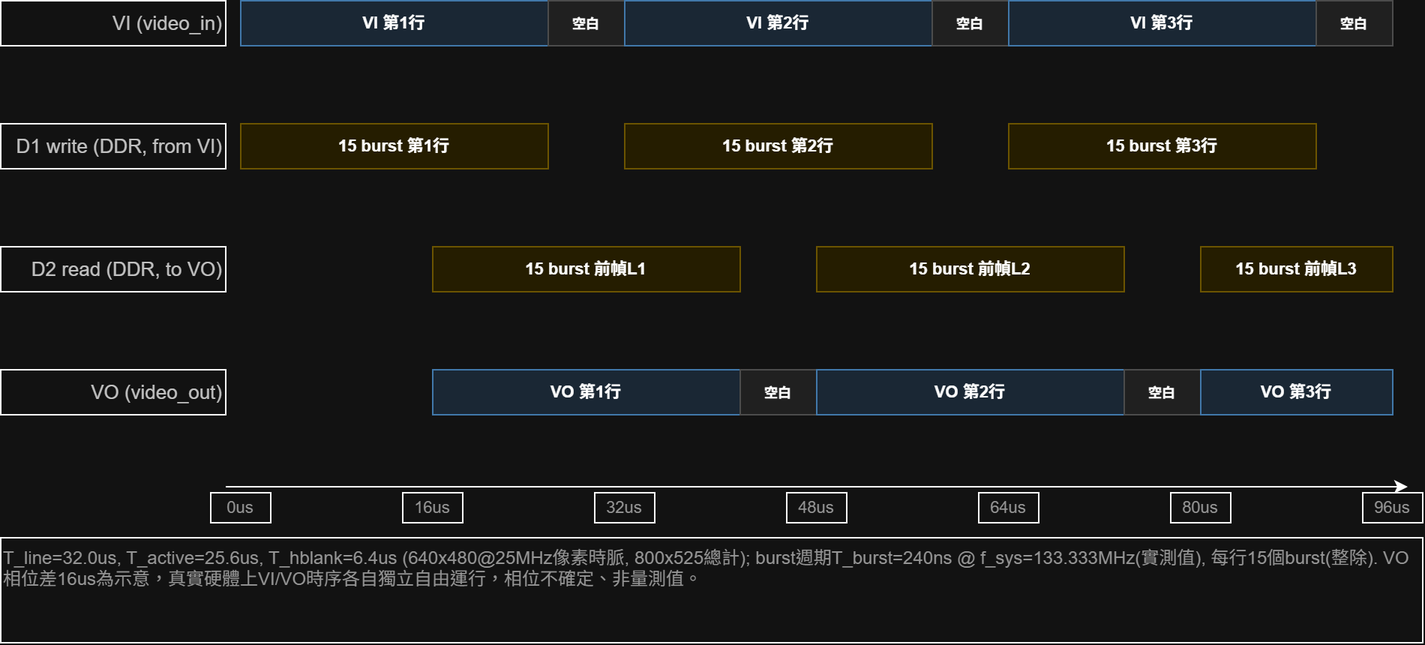
Before: hdmi-in/image/TSPEC-A_直接顯示模式.drawio.png, a diagram exported from draw.io (c111185103-alt/VI-IP-VO). Source tidied: cells renumbered, new cells last; positions are measured from the earlier drawing's top-left corner, leaving out a move shared by most shapes. Source of this version:
```xml
<mxGraphModel>
  <root>
    <mxCell id="0" />
    <mxCell id="1" parent="0" />
    <mxCell id="2" value="VI (video_in)" style="whiteSpace=wrap;html=1;align=right;verticalAlign=middle;fontSize=13;fontColor=#333333;" parent="1" vertex="1">
      <mxGeometry width="150" height="30" as="geometry" />
    </mxCell>
    <mxCell id="3" value="D1 write (DDR, from VI)" style="whiteSpace=wrap;html=1;align=right;verticalAlign=middle;fontSize=13;fontColor=#333333;" parent="1" vertex="1">
      <mxGeometry y="82" width="150" height="30" as="geometry" />
    </mxCell>
    <mxCell id="4" value="D2 read (DDR, to VO)" style="whiteSpace=wrap;html=1;align=right;verticalAlign=middle;fontSize=13;fontColor=#333333;" parent="1" vertex="1">
      <mxGeometry y="164" width="150" height="30" as="geometry" />
    </mxCell>
    <mxCell id="5" value="VO (video_out)" style="whiteSpace=wrap;html=1;align=right;verticalAlign=middle;fontSize=13;fontColor=#333333;" parent="1" vertex="1">
      <mxGeometry y="246" width="150" height="30" as="geometry" />
    </mxCell>
    <mxCell id="6" value="&lt;div&gt;&lt;font style=&quot;font-size: 11px;&quot;&gt;&lt;b&gt;VI 第1行&lt;/b&gt;&lt;/font&gt;&lt;/div&gt;" style="whiteSpace=wrap;html=1;verticalAlign=middle;align=center;fillColor=#DCEBFA;strokeColor=#5B9BD5;" parent="1" vertex="1">
      <mxGeometry x="160" width="205" height="30" as="geometry" />
    </mxCell>
    <mxCell id="7" value="&lt;div&gt;&lt;font style=&quot;font-size: 9px;&quot;&gt;&lt;b&gt;空白&lt;/b&gt;&lt;/font&gt;&lt;/div&gt;" style="whiteSpace=wrap;html=1;verticalAlign=middle;align=center;fillColor=#EFEFEF;strokeColor=#BBBBBB;" parent="1" vertex="1">
      <mxGeometry x="365" width="51" height="30" as="geometry" />
    </mxCell>
    <mxCell id="8" value="&lt;div&gt;&lt;font style=&quot;font-size: 11px;&quot;&gt;&lt;b&gt;VI 第2行&lt;/b&gt;&lt;/font&gt;&lt;/div&gt;" style="whiteSpace=wrap;html=1;verticalAlign=middle;align=center;fillColor=#DCEBFA;strokeColor=#5B9BD5;" parent="1" vertex="1">
      <mxGeometry x="416" width="205" height="30" as="geometry" />
    </mxCell>
    <mxCell id="9" value="&lt;div&gt;&lt;font style=&quot;font-size: 9px;&quot;&gt;&lt;b&gt;空白&lt;/b&gt;&lt;/font&gt;&lt;/div&gt;" style="whiteSpace=wrap;html=1;verticalAlign=middle;align=center;fillColor=#EFEFEF;strokeColor=#BBBBBB;" parent="1" vertex="1">
      <mxGeometry x="621" width="51" height="30" as="geometry" />
    </mxCell>
    <mxCell id="10" value="&lt;div&gt;&lt;font style=&quot;font-size: 11px;&quot;&gt;&lt;b&gt;VI 第3行&lt;/b&gt;&lt;/font&gt;&lt;/div&gt;" style="whiteSpace=wrap;html=1;verticalAlign=middle;align=center;fillColor=#DCEBFA;strokeColor=#5B9BD5;" parent="1" vertex="1">
      <mxGeometry x="672" width="205" height="30" as="geometry" />
    </mxCell>
    <mxCell id="11" value="&lt;div&gt;&lt;font style=&quot;font-size: 9px;&quot;&gt;&lt;b&gt;空白&lt;/b&gt;&lt;/font&gt;&lt;/div&gt;" style="whiteSpace=wrap;html=1;verticalAlign=middle;align=center;fillColor=#EFEFEF;strokeColor=#BBBBBB;" parent="1" vertex="1">
      <mxGeometry x="877" width="51" height="30" as="geometry" />
    </mxCell>
    <mxCell id="12" value="&lt;div&gt;&lt;font style=&quot;font-size: 11px;&quot;&gt;&lt;b&gt;15 burst 第1行&lt;/b&gt;&lt;/font&gt;&lt;/div&gt;" style="whiteSpace=wrap;html=1;verticalAlign=middle;align=center;fillColor=#FBF3CF;strokeColor=#D4B93C;" parent="1" vertex="1">
      <mxGeometry x="160" y="82" width="205" height="30" as="geometry" />
    </mxCell>
    <mxCell id="13" value="&lt;div&gt;&lt;font style=&quot;font-size: 11px;&quot;&gt;&lt;b&gt;15 burst 第2行&lt;/b&gt;&lt;/font&gt;&lt;/div&gt;" style="whiteSpace=wrap;html=1;verticalAlign=middle;align=center;fillColor=#FBF3CF;strokeColor=#D4B93C;" parent="1" vertex="1">
      <mxGeometry x="416" y="82" width="205" height="30" as="geometry" />
    </mxCell>
    <mxCell id="14" value="&lt;div&gt;&lt;font style=&quot;font-size: 11px;&quot;&gt;&lt;b&gt;15 burst 第3行&lt;/b&gt;&lt;/font&gt;&lt;/div&gt;" style="whiteSpace=wrap;html=1;verticalAlign=middle;align=center;fillColor=#FBF3CF;strokeColor=#D4B93C;" parent="1" vertex="1">
      <mxGeometry x="672" y="82" width="205" height="30" as="geometry" />
    </mxCell>
    <mxCell id="15" value="&lt;div&gt;&lt;font style=&quot;font-size: 11px;&quot;&gt;&lt;b&gt;15 burst 前幀L1&lt;/b&gt;&lt;/font&gt;&lt;/div&gt;" style="whiteSpace=wrap;html=1;verticalAlign=middle;align=center;fillColor=#FBF3CF;strokeColor=#D4B93C;" parent="1" vertex="1">
      <mxGeometry x="288" y="164" width="205" height="30" as="geometry" />
    </mxCell>
    <mxCell id="16" value="&lt;div&gt;&lt;font style=&quot;font-size: 11px;&quot;&gt;&lt;b&gt;VO 第1行&lt;/b&gt;&lt;/font&gt;&lt;/div&gt;" style="whiteSpace=wrap;html=1;verticalAlign=middle;align=center;fillColor=#DCEBFA;strokeColor=#5B9BD5;" parent="1" vertex="1">
      <mxGeometry x="288" y="246" width="205" height="30" as="geometry" />
    </mxCell>
    <mxCell id="17" value="&lt;div&gt;&lt;font style=&quot;font-size: 9px;&quot;&gt;&lt;b&gt;空白&lt;/b&gt;&lt;/font&gt;&lt;/div&gt;" style="whiteSpace=wrap;html=1;verticalAlign=middle;align=center;fillColor=#EFEFEF;strokeColor=#BBBBBB;" parent="1" vertex="1">
      <mxGeometry x="493" y="246" width="51" height="30" as="geometry" />
    </mxCell>
    <mxCell id="18" value="&lt;div&gt;&lt;font style=&quot;font-size: 11px;&quot;&gt;&lt;b&gt;15 burst 前幀L2&lt;/b&gt;&lt;/font&gt;&lt;/div&gt;" style="whiteSpace=wrap;html=1;verticalAlign=middle;align=center;fillColor=#FBF3CF;strokeColor=#D4B93C;" parent="1" vertex="1">
      <mxGeometry x="544" y="164" width="205" height="30" as="geometry" />
    </mxCell>
    <mxCell id="19" value="&lt;div&gt;&lt;font style=&quot;font-size: 11px;&quot;&gt;&lt;b&gt;VO 第2行&lt;/b&gt;&lt;/font&gt;&lt;/div&gt;" style="whiteSpace=wrap;html=1;verticalAlign=middle;align=center;fillColor=#DCEBFA;strokeColor=#5B9BD5;" parent="1" vertex="1">
      <mxGeometry x="544" y="246" width="205" height="30" as="geometry" />
    </mxCell>
    <mxCell id="20" value="&lt;div&gt;&lt;font style=&quot;font-size: 9px;&quot;&gt;&lt;b&gt;空白&lt;/b&gt;&lt;/font&gt;&lt;/div&gt;" style="whiteSpace=wrap;html=1;verticalAlign=middle;align=center;fillColor=#EFEFEF;strokeColor=#BBBBBB;" parent="1" vertex="1">
      <mxGeometry x="749" y="246" width="51" height="30" as="geometry" />
    </mxCell>
    <mxCell id="21" value="&lt;div&gt;&lt;font style=&quot;font-size: 11px;&quot;&gt;&lt;b&gt;15 burst 前幀L3&lt;/b&gt;&lt;/font&gt;&lt;/div&gt;" style="whiteSpace=wrap;html=1;verticalAlign=middle;align=center;fillColor=#FBF3CF;strokeColor=#D4B93C;" parent="1" vertex="1">
      <mxGeometry x="800" y="164" width="128" height="30" as="geometry" />
    </mxCell>
    <mxCell id="22" value="&lt;div&gt;&lt;font style=&quot;font-size: 11px;&quot;&gt;&lt;b&gt;VO 第3行&lt;/b&gt;&lt;/font&gt;&lt;/div&gt;" style="whiteSpace=wrap;html=1;verticalAlign=middle;align=center;fillColor=#DCEBFA;strokeColor=#5B9BD5;" parent="1" vertex="1">
      <mxGeometry x="800" y="246" width="128" height="30" as="geometry" />
    </mxCell>
    <mxCell id="23" value="0us" style="whiteSpace=wrap;html=1;align=center;verticalAlign=middle;fontSize=11;fontColor=#666666;" parent="1" vertex="1">
      <mxGeometry x="140" y="328" width="40" height="20" as="geometry" />
    </mxCell>
    <mxCell id="24" value="16us" style="whiteSpace=wrap;html=1;align=center;verticalAlign=middle;fontSize=11;fontColor=#666666;" parent="1" vertex="1">
      <mxGeometry x="268" y="328" width="40" height="20" as="geometry" />
    </mxCell>
    <mxCell id="25" value="32us" style="whiteSpace=wrap;html=1;align=center;verticalAlign=middle;fontSize=11;fontColor=#666666;" parent="1" vertex="1">
      <mxGeometry x="396" y="328" width="40" height="20" as="geometry" />
    </mxCell>
    <mxCell id="26" value="48us" style="whiteSpace=wrap;html=1;align=center;verticalAlign=middle;fontSize=11;fontColor=#666666;" parent="1" vertex="1">
      <mxGeometry x="524" y="328" width="40" height="20" as="geometry" />
    </mxCell>
    <mxCell id="27" value="64us" style="whiteSpace=wrap;html=1;align=center;verticalAlign=middle;fontSize=11;fontColor=#666666;" parent="1" vertex="1">
      <mxGeometry x="652" y="328" width="40" height="20" as="geometry" />
    </mxCell>
    <mxCell id="28" value="80us" style="whiteSpace=wrap;html=1;align=center;verticalAlign=middle;fontSize=11;fontColor=#666666;" parent="1" vertex="1">
      <mxGeometry x="780" y="328" width="40" height="20" as="geometry" />
    </mxCell>
    <mxCell id="29" value="96us" style="whiteSpace=wrap;html=1;align=center;verticalAlign=middle;fontSize=11;fontColor=#666666;" parent="1" vertex="1">
      <mxGeometry x="908" y="328" width="40" height="20" as="geometry" />
    </mxCell>
    <mxCell id="30" style="html=1;endArrow=classic;" parent="1" edge="1">
      <mxGeometry relative="1" as="geometry">
        <mxPoint x="150" y="324" as="sourcePoint" />
        <mxPoint x="938" y="324" as="targetPoint" />
      </mxGeometry>
    </mxCell>
    <mxCell id="31" value="T_line=32.0us, T_active=25.6us, T_hblank=6.4us (640x480@25MHz像素時脈, 800x525總計); burst週期T_burst=240ns @ f_sys=133.333MHz(實測值), 每行15個burst(整除). VO相位差16us為示意，真實硬體上VI/VO時序各自獨立自由運行，相位不確定、非量測值。" style="whiteSpace=wrap;html=1;align=left;verticalAlign=top;fontSize=12;fontColor=#666666;" parent="1" vertex="1">
      <mxGeometry y="358" width="948" height="70" as="geometry" />
    </mxCell>
  </root>
</mxGraphModel>
```
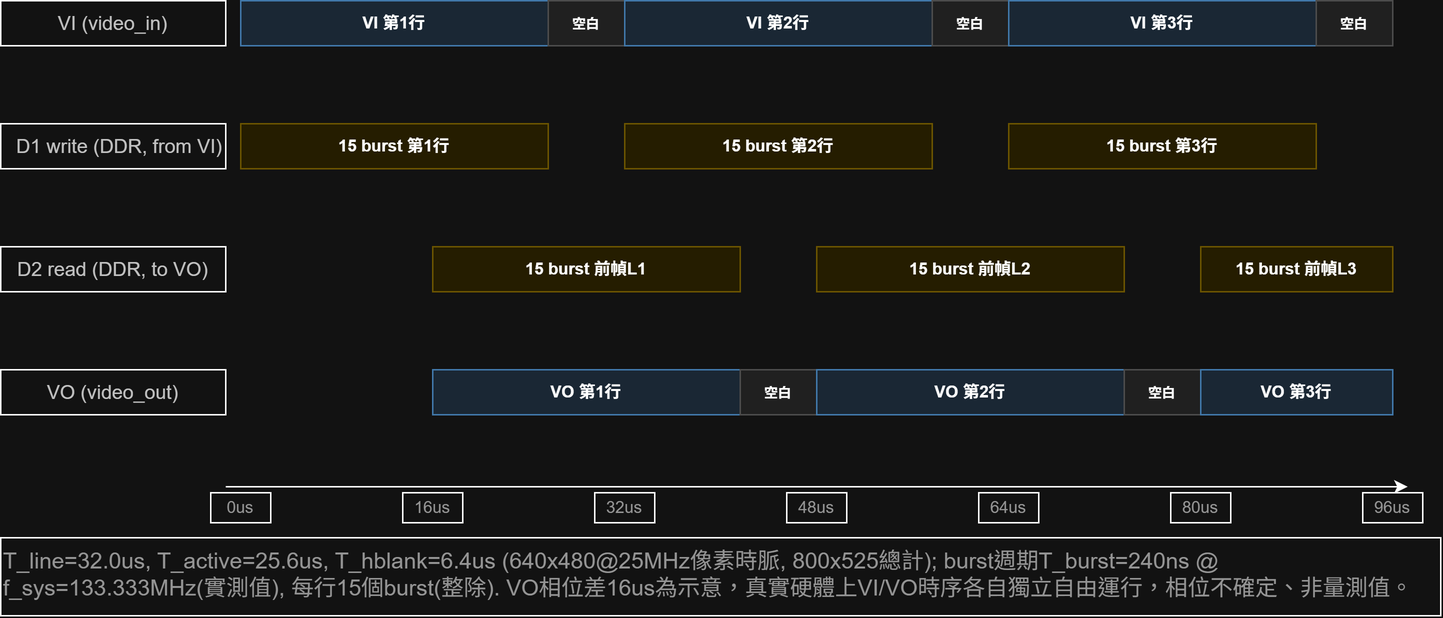
The same file after the commit.

Change to the diagram source:
```diff
@@ -2,16 +2,16 @@
   <root>
     <mxCell id="0" />
     <mxCell id="1" parent="0" />
-    <mxCell id="2" value="VI (video_in)" style="whiteSpace=wrap;html=1;align=right;verticalAlign=middle;fontSize=13;fontColor=#333333;" parent="1" vertex="1">
+    <mxCell id="2" value="VI (video_in)" style="whiteSpace=wrap;html=1;align=center;verticalAlign=middle;fontSize=13;fontColor=#333333;" parent="1" vertex="1">
       <mxGeometry width="150" height="30" as="geometry" />
     </mxCell>
     <mxCell id="3" value="D1 write (DDR, from VI)" style="whiteSpace=wrap;html=1;align=right;verticalAlign=middle;fontSize=13;fontColor=#333333;" parent="1" vertex="1">
       <mxGeometry y="82" width="150" height="30" as="geometry" />
     </mxCell>
-    <mxCell id="4" value="D2 read (DDR, to VO)" style="whiteSpace=wrap;html=1;align=right;verticalAlign=middle;fontSize=13;fontColor=#333333;" parent="1" vertex="1">
+    <mxCell id="4" value="D2 read (DDR, to VO)" style="whiteSpace=wrap;html=1;align=center;verticalAlign=middle;fontSize=13;fontColor=#333333;" parent="1" vertex="1">
       <mxGeometry y="164" width="150" height="30" as="geometry" />
     </mxCell>
-    <mxCell id="5" value="VO (video_out)" style="whiteSpace=wrap;html=1;align=right;verticalAlign=middle;fontSize=13;fontColor=#333333;" parent="1" vertex="1">
+    <mxCell id="5" value="VO (video_out)" style="whiteSpace=wrap;html=1;align=center;verticalAlign=middle;fontSize=13;fontColor=#333333;" parent="1" vertex="1">
       <mxGeometry y="246" width="150" height="30" as="geometry" />
     </mxCell>
     <mxCell id="6" value="&lt;div&gt;&lt;font style=&quot;font-size: 11px;&quot;&gt;&lt;b&gt;VI 第1行&lt;/b&gt;&lt;/font&gt;&lt;/div&gt;" style="whiteSpace=wrap;html=1;verticalAlign=middle;align=center;fillColor=#DCEBFA;strokeColor=#5B9BD5;" parent="1" vertex="1">
@@ -92,8 +92,8 @@
         <mxPoint x="938" y="324" as="targetPoint" />
       </mxGeometry>
     </mxCell>
-    <mxCell id="31" value="T_line=32.0us, T_active=25.6us, T_hblank=6.4us (640x480@25MHz像素時脈, 800x525總計); burst週期T_burst=240ns @ f_sys=133.333MHz(實測值), 每行15個burst(整除). VO相位差16us為示意，真實硬體上VI/VO時序各自獨立自由運行，相位不確定、非量測值。" style="whiteSpace=wrap;html=1;align=left;verticalAlign=top;fontSize=12;fontColor=#666666;" parent="1" vertex="1">
-      <mxGeometry y="358" width="948" height="70" as="geometry" />
+    <mxCell id="31" value="&lt;font style=&quot;font-size: 15px;&quot;&gt;T_line=32.0us, T_active=25.6us, T_hblank=6.4us (640x480@25MHz像素時脈, 800x525總計); burst週期T_burst=240ns @ f_sys=133.333MHz(實測值), 每行15個burst(整除). VO相位差16us為示意，真實硬體上VI/VO時序各自獨立自由運行，相位不確定、非量測值。&lt;/font&gt;" style="whiteSpace=wrap;html=1;align=left;verticalAlign=top;fontSize=12;fontColor=#666666;" parent="1" vertex="1">
+      <mxGeometry y="358" width="960" height="52" as="geometry" />
     </mxCell>
   </root>
 </mxGraphModel>
```
